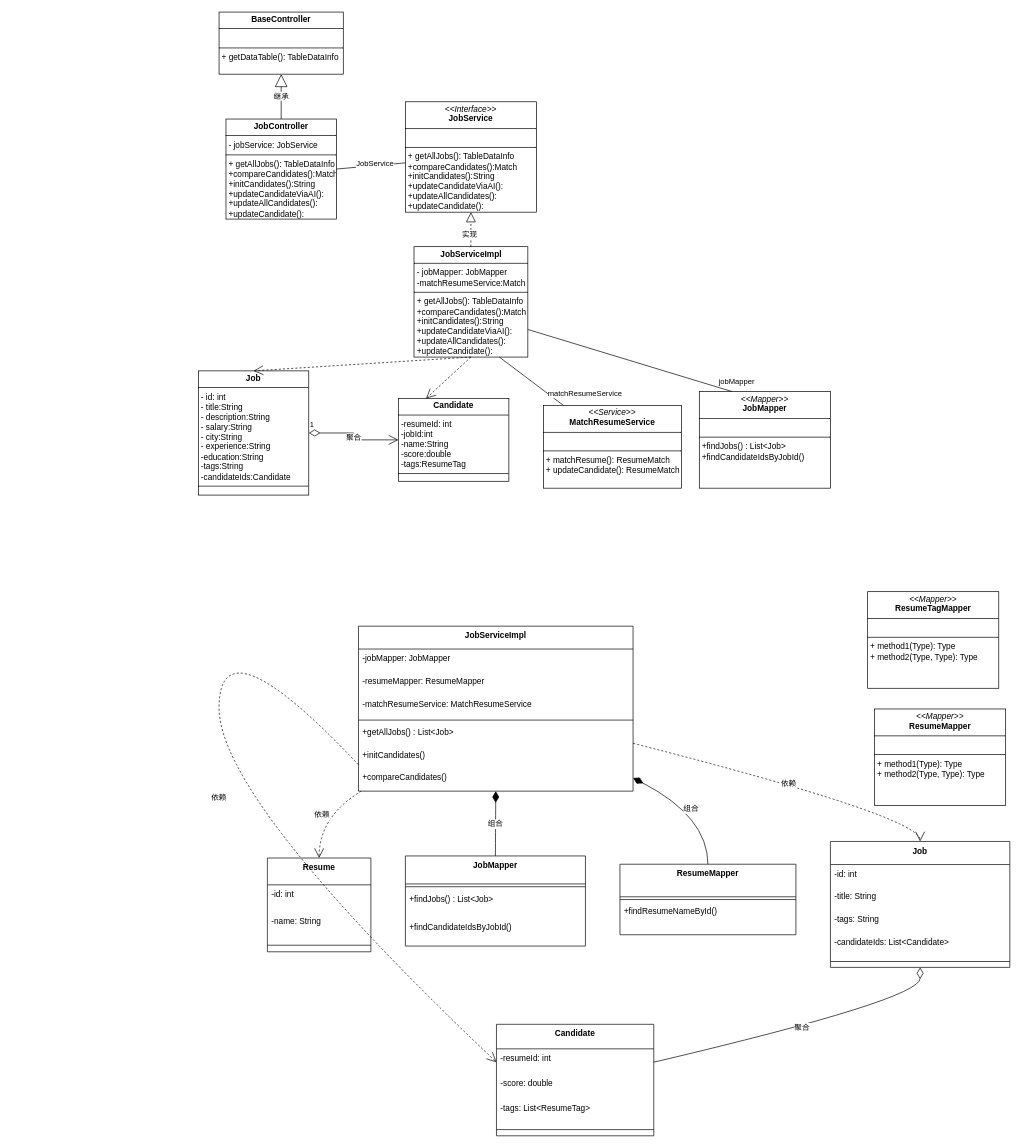
The draw.io diagram page "第 3 页" (3 of 3) of 毕设用例图.drawio in beyondgogogo/Graph, before the edit. Source tidied: cells renumbered, new cells numbered last; positions are measured from the earlier drawing's top-left corner, leaving out a move shared by most shapes. Both pictures are drawn from the tidied source at 69%, with x=0, y=0 at pixel (198, 12).
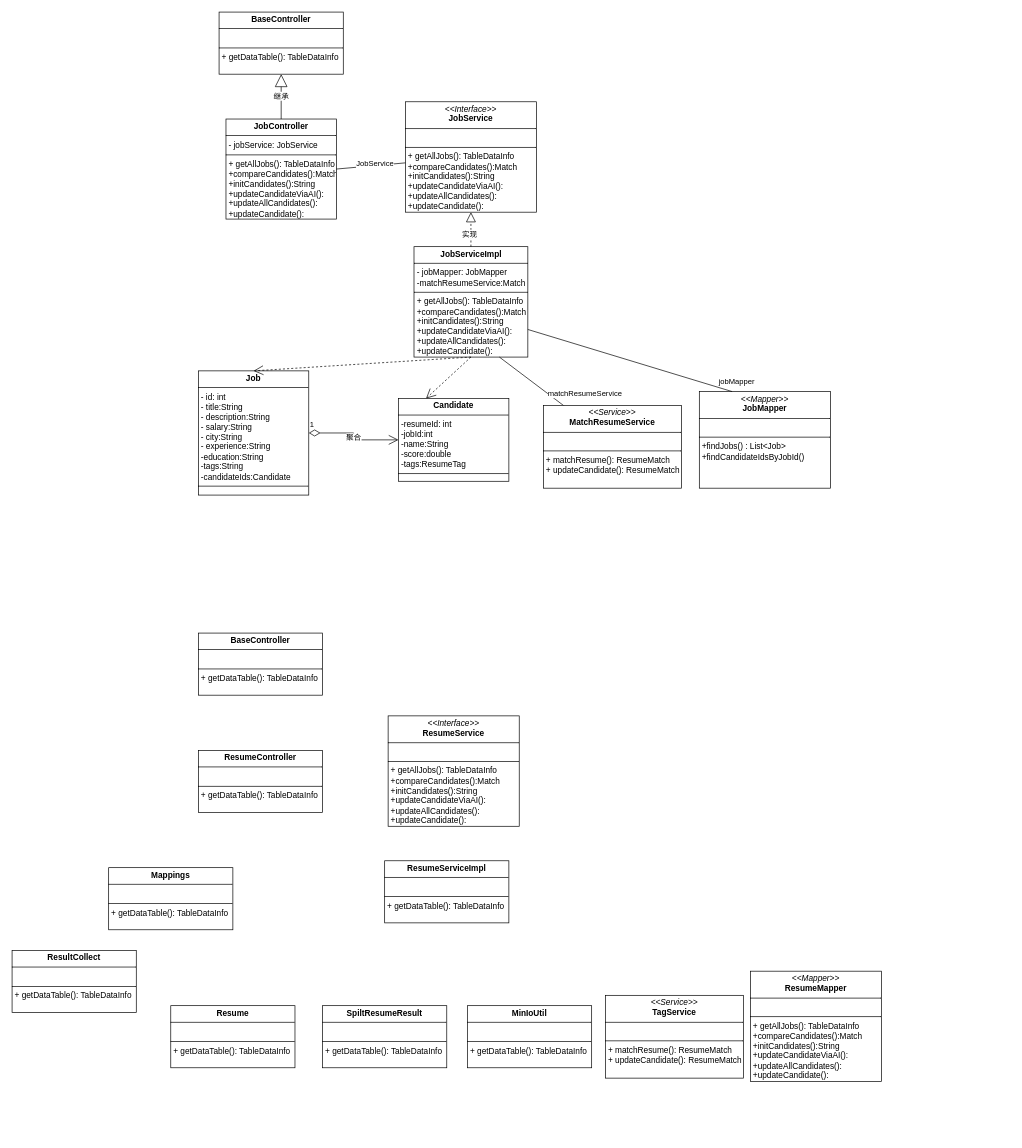
The same diagram, later.

Commit message (it also covers changes not shown here):
更新毕设用例图.drawio

What changed in the source:
```diff
@@
-    <mxCell id="7" value="&lt;p style=&quot;margin:0px;margin-top:4px;text-align:center;&quot;&gt;&lt;i&gt;&amp;lt;&amp;lt;Mapper&amp;gt;&amp;gt;&lt;/i&gt;&lt;br&gt;&lt;b&gt;ResumeMapper&lt;/b&gt;&lt;/p&gt;&lt;hr size=&quot;1&quot; style=&quot;border-style:solid;&quot;&gt;&lt;p style=&quot;margin:0px;margin-left:4px;&quot;&gt;&lt;br&gt;&lt;/p&gt;&lt;hr size=&quot;1&quot; style=&quot;border-style:solid;&quot;&gt;&lt;p style=&quot;margin:0px;margin-left:4px;&quot;&gt;+ method1(Type): Type&lt;br&gt;+ method2(Type, Type): Type&lt;/p&gt;" style="verticalAlign=top;align=left;overflow=fill;html=1;whiteSpace=wrap;" parent="1" vertex="1">
-      <mxGeometry x="980" y="1010" width="190" height="140" as="geometry" />
-    </mxCell>
-    <mxCell id="8" value="&lt;p style=&quot;margin:0px;margin-top:4px;text-align:center;&quot;&gt;&lt;i&gt;&amp;lt;&amp;lt;Mapper&amp;gt;&amp;gt;&lt;/i&gt;&lt;br&gt;&lt;b&gt;ResumeTagMapper&lt;/b&gt;&lt;/p&gt;&lt;hr size=&quot;1&quot; style=&quot;border-style:solid;&quot;&gt;&lt;p style=&quot;margin:0px;margin-left:4px;&quot;&gt;&lt;br&gt;&lt;/p&gt;&lt;hr size=&quot;1&quot; style=&quot;border-style:solid;&quot;&gt;&lt;p style=&quot;margin:0px;margin-left:4px;&quot;&gt;+ method1(Type): Type&lt;br&gt;+ method2(Type, Type): Type&lt;/p&gt;" style="verticalAlign=top;align=left;overflow=fill;html=1;whiteSpace=wrap;" parent="1" vertex="1">
-      <mxGeometry x="970" y="840" width="190" height="140" as="geometry" />
-    </mxCell>
@@
-    <mxCell id="20" value="JobServiceImpl" style="swimlane;fontStyle=1;align=center;verticalAlign=top;horizontal=1;startSize=33.142857142857146;" parent="1" vertex="1">
-      <mxGeometry x="232" y="890" width="398" height="239.1" as="geometry" />
-    </mxCell>
-    <mxCell id="21" value="-jobMapper: JobMapper" style="text;strokeColor=none;fillColor=none;align=left;verticalAlign=top;spacingLeft=4;spacingRight=4;overflow=hidden;" parent="20" vertex="1">
-      <mxGeometry y="33.1" width="398" height="33" as="geometry" />
-    </mxCell>
-    <mxCell id="22" value="-resumeMapper: ResumeMapper" style="text;strokeColor=none;fillColor=none;align=left;verticalAlign=top;spacingLeft=4;spacingRight=4;overflow=hidden;" parent="20" vertex="1">
-      <mxGeometry y="66.1" width="398" height="33" as="geometry" />
-    </mxCell>
-    <mxCell id="23" value="-matchResumeService: MatchResumeService" style="text;strokeColor=none;fillColor=none;align=left;verticalAlign=top;spacingLeft=4;spacingRight=4;overflow=hidden;" parent="20" vertex="1">
-      <mxGeometry y="99.1" width="398" height="33" as="geometry" />
-    </mxCell>
-    <mxCell id="24" style="line;strokeWidth=1;fillColor=none;align=left;verticalAlign=middle;spacingTop=-1;spacingLeft=3;spacingRight=3;labelPosition=right;strokeColor=inherit;" parent="20" vertex="1">
-      <mxGeometry y="132.1" width="398" height="8" as="geometry" />
-    </mxCell>
-    <mxCell id="25" value="+getAllJobs() : List&lt;Job&gt;" style="text;strokeColor=none;fillColor=none;align=left;verticalAlign=top;spacingLeft=4;spacingRight=4;overflow=hidden;" parent="20" vertex="1">
-      <mxGeometry y="140.1" width="398" height="33" as="geometry" />
-    </mxCell>
-    <mxCell id="26" value="+initCandidates()" style="text;strokeColor=none;fillColor=none;align=left;verticalAlign=top;spacingLeft=4;spacingRight=4;overflow=hidden;" parent="20" vertex="1">
-      <mxGeometry y="173.1" width="398" height="33" as="geometry" />
-    </mxCell>
-    <mxCell id="27" value="+compareCandidates()" style="text;strokeColor=none;fillColor=none;align=left;verticalAlign=top;spacingLeft=4;spacingRight=4;overflow=hidden;" parent="20" vertex="1">
-      <mxGeometry y="206.1" width="398" height="33" as="geometry" />
-    </mxCell>
-    <mxCell id="28" value="Job" style="swimlane;fontStyle=1;align=center;verticalAlign=top;horizontal=1;startSize=33.45454545454545;" parent="1" vertex="1">
-      <mxGeometry x="916" y="1202" width="260" height="182.5" as="geometry" />
-    </mxCell>
-    <mxCell id="29" value="-id: int" style="text;strokeColor=none;fillColor=none;align=left;verticalAlign=top;spacingLeft=4;spacingRight=4;overflow=hidden;" parent="28" vertex="1">
-      <mxGeometry y="33.5" width="260" height="33" as="geometry" />
-    </mxCell>
-    <mxCell id="30" value="-title: String" style="text;strokeColor=none;fillColor=none;align=left;verticalAlign=top;spacingLeft=4;spacingRight=4;overflow=hidden;" parent="28" vertex="1">
-      <mxGeometry y="66.5" width="260" height="33" as="geometry" />
-    </mxCell>
-    <mxCell id="31" value="-tags: String" style="text;strokeColor=none;fillColor=none;align=left;verticalAlign=top;spacingLeft=4;spacingRight=4;overflow=hidden;" parent="28" vertex="1">
-      <mxGeometry y="99.5" width="260" height="33" as="geometry" />
-    </mxCell>
-    <mxCell id="32" value="-candidateIds: List&lt;Candidate&gt;" style="text;strokeColor=none;fillColor=none;align=left;verticalAlign=top;spacingLeft=4;spacingRight=4;overflow=hidden;" parent="28" vertex="1">
-      <mxGeometry y="132.5" width="260" height="33" as="geometry" />
-    </mxCell>
-    <mxCell id="33" style="line;strokeWidth=1;fillColor=none;align=left;verticalAlign=middle;spacingTop=-1;spacingLeft=3;spacingRight=3;labelPosition=right;strokeColor=inherit;" parent="28" vertex="1">
-      <mxGeometry y="165.5" width="260" height="17" as="geometry" />
-    </mxCell>
-    <mxCell id="34" value="Candidate" style="swimlane;fontStyle=1;align=center;verticalAlign=top;horizontal=1;startSize=35.55555555555556;" parent="1" vertex="1">
-      <mxGeometry x="432" y="1467" width="228" height="161.6" as="geometry" />
-    </mxCell>
-    <mxCell id="35" value="-resumeId: int" style="text;strokeColor=none;fillColor=none;align=left;verticalAlign=top;spacingLeft=4;spacingRight=4;overflow=hidden;" parent="34" vertex="1">
-      <mxGeometry y="35.6" width="228" height="36" as="geometry" />
-    </mxCell>
-    <mxCell id="36" value="-score: double" style="text;strokeColor=none;fillColor=none;align=left;verticalAlign=top;spacingLeft=4;spacingRight=4;overflow=hidden;" parent="34" vertex="1">
-      <mxGeometry y="71.6" width="228" height="36" as="geometry" />
-    </mxCell>
-    <mxCell id="37" value="-tags: List&lt;ResumeTag&gt;" style="text;strokeColor=none;fillColor=none;align=left;verticalAlign=top;spacingLeft=4;spacingRight=4;overflow=hidden;" parent="34" vertex="1">
-      <mxGeometry y="107.6" width="228" height="36" as="geometry" />
-    </mxCell>
-    <mxCell id="38" style="line;strokeWidth=1;fillColor=none;align=left;verticalAlign=middle;spacingTop=-1;spacingLeft=3;spacingRight=3;labelPosition=right;strokeColor=inherit;" parent="34" vertex="1">
-      <mxGeometry y="143.6" width="228" height="18" as="geometry" />
-    </mxCell>
-    <mxCell id="39" value="Resume" style="swimlane;fontStyle=1;align=center;verticalAlign=top;horizontal=1;startSize=38.857142857142854;" parent="1" vertex="1">
-      <mxGeometry x="100" y="1226" width="150" height="135.9" as="geometry" />
-    </mxCell>
-    <mxCell id="40" value="-id: int" style="text;strokeColor=none;fillColor=none;align=left;verticalAlign=top;spacingLeft=4;spacingRight=4;overflow=hidden;" parent="39" vertex="1">
-      <mxGeometry y="38.9" width="150" height="39" as="geometry" />
-    </mxCell>
-    <mxCell id="41" value="-name: String" style="text;strokeColor=none;fillColor=none;align=left;verticalAlign=top;spacingLeft=4;spacingRight=4;overflow=hidden;" parent="39" vertex="1">
-      <mxGeometry y="77.9" width="150" height="39" as="geometry" />
-    </mxCell>
-    <mxCell id="42" style="line;strokeWidth=1;fillColor=none;align=left;verticalAlign=middle;spacingTop=-1;spacingLeft=3;spacingRight=3;labelPosition=right;strokeColor=inherit;" parent="39" vertex="1">
-      <mxGeometry y="116.9" width="150" height="19" as="geometry" />
-    </mxCell>
-    <mxCell id="43" value="JobMapper" style="swimlane;fontStyle=1;align=center;verticalAlign=top;horizontal=1;startSize=40.57142857142857;" parent="1" vertex="1">
-      <mxGeometry x="300" y="1223" width="261" height="130.6" as="geometry" />
-    </mxCell>
-    <mxCell id="44" style="line;strokeWidth=1;fillColor=none;align=left;verticalAlign=middle;spacingTop=-1;spacingLeft=3;spacingRight=3;labelPosition=right;strokeColor=inherit;" parent="43" vertex="1">
-      <mxGeometry y="40.6" width="261" height="8" as="geometry" />
-    </mxCell>
-    <mxCell id="45" value="+findJobs() : List&lt;Job&gt;" style="text;strokeColor=none;fillColor=none;align=left;verticalAlign=top;spacingLeft=4;spacingRight=4;overflow=hidden;" parent="43" vertex="1">
-      <mxGeometry y="48.6" width="261" height="41" as="geometry" />
-    </mxCell>
-    <mxCell id="46" value="+findCandidateIdsByJobId()" style="text;strokeColor=none;fillColor=none;align=left;verticalAlign=top;spacingLeft=4;spacingRight=4;overflow=hidden;" parent="43" vertex="1">
-      <mxGeometry y="89.6" width="261" height="41" as="geometry" />
-    </mxCell>
-    <mxCell id="47" value="ResumeMapper" style="swimlane;fontStyle=1;align=center;verticalAlign=top;horizontal=1;startSize=47.2;" parent="1" vertex="1">
-      <mxGeometry x="611" y="1235" width="255" height="102.2" as="geometry" />
-    </mxCell>
-    <mxCell id="48" style="line;strokeWidth=1;fillColor=none;align=left;verticalAlign=middle;spacingTop=-1;spacingLeft=3;spacingRight=3;labelPosition=right;strokeColor=inherit;" parent="47" vertex="1">
-      <mxGeometry y="47.2" width="255" height="8" as="geometry" />
-    </mxCell>
-    <mxCell id="49" value="+findResumeNameById()" style="text;strokeColor=none;fillColor=none;align=left;verticalAlign=top;spacingLeft=4;spacingRight=4;overflow=hidden;" parent="47" vertex="1">
-      <mxGeometry y="55.2" width="255" height="47" as="geometry" />
-    </mxCell>
-    <mxCell id="50" value="依赖" style="curved=1;dashed=1;startArrow=none;endArrow=open;endSize=12;exitX=1;exitY=0.71;entryX=0.5;entryY=0;rounded=0;" parent="1" edge="1" source="20" target="28">
-      <mxGeometry relative="1" as="geometry">
-        <Array as="points">
-          <mxPoint x="1046" y="1166" />
-        </Array>
-      </mxGeometry>
-    </mxCell>
-    <mxCell id="51" value="依赖" style="curved=1;dashed=1;startArrow=none;endArrow=open;endSize=12;exitX=0;exitY=0.84;entryX=0;entryY=0.34;rounded=0;" parent="1" edge="1" source="20" target="34">
-      <mxGeometry relative="1" as="geometry">
-        <Array as="points">
-          <mxPoint x="30" y="876" />
-          <mxPoint x="30" y="1141" />
-        </Array>
-      </mxGeometry>
-    </mxCell>
-    <mxCell id="52" value="依赖" style="curved=1;dashed=1;startArrow=none;endArrow=open;endSize=12;exitX=0.01;exitY=1;entryX=0.5;entryY=0;rounded=0;" parent="1" edge="1" source="20" target="39">
-      <mxGeometry relative="1" as="geometry">
-        <Array as="points">
-          <mxPoint x="175" y="1166" />
-        </Array>
-      </mxGeometry>
-    </mxCell>
-    <mxCell id="53" value="组合" style="curved=1;startArrow=diamondThin;startSize=14;startFill=1;endArrow=none;exitX=0.5;exitY=1;entryX=0.5;entryY=0;rounded=0;" parent="1" edge="1" source="20" target="43">
-      <mxGeometry relative="1" as="geometry" />
-    </mxCell>
-    <mxCell id="54" value="组合" style="curved=1;startArrow=diamondThin;startSize=14;startFill=1;endArrow=none;exitX=1;exitY=0.92;entryX=0.5;entryY=0;rounded=0;" parent="1" edge="1" source="20" target="47">
-      <mxGeometry relative="1" as="geometry">
-        <Array as="points">
-          <mxPoint x="738" y="1166" />
-        </Array>
-      </mxGeometry>
-    </mxCell>
-    <mxCell id="55" value="聚合" style="curved=1;startArrow=diamondThin;startSize=14;startFill=0;endArrow=none;exitX=0.5;exitY=1;entryX=1;entryY=0.34;rounded=0;" parent="1" edge="1" source="28" target="34">
-      <mxGeometry relative="1" as="geometry">
-        <Array as="points">
-          <mxPoint x="1046" y="1431" />
-        </Array>
-      </mxGeometry>
-    </mxCell>
@@
+    <mxCell id="61" value="&lt;p style=&quot;margin:0px;margin-top:4px;text-align:center;&quot;&gt;&lt;b&gt;BaseController&lt;/b&gt;&lt;/p&gt;&lt;hr size=&quot;1&quot; style=&quot;border-style:solid;&quot;&gt;&lt;p style=&quot;margin:0px;margin-left:4px;&quot;&gt;&lt;br&gt;&lt;/p&gt;&lt;hr size=&quot;1&quot; style=&quot;border-style:solid;&quot;&gt;&lt;p style=&quot;margin:0px;margin-left:4px;&quot;&gt;+ getDataTable(): TableDataInfo&lt;/p&gt;" style="verticalAlign=top;align=left;overflow=fill;html=1;whiteSpace=wrap;" parent="1" vertex="1">
+      <mxGeometry y="900" width="180" height="90" as="geometry" />
+    </mxCell>
+    <mxCell id="62" value="&lt;p style=&quot;margin:0px;margin-top:4px;text-align:center;&quot;&gt;&lt;b&gt;ResumeController&lt;/b&gt;&lt;/p&gt;&lt;hr size=&quot;1&quot; style=&quot;border-style:solid;&quot;&gt;&lt;p style=&quot;margin:0px;margin-left:4px;&quot;&gt;&lt;br&gt;&lt;/p&gt;&lt;hr size=&quot;1&quot; style=&quot;border-style:solid;&quot;&gt;&lt;p style=&quot;margin:0px;margin-left:4px;&quot;&gt;+ getDataTable(): TableDataInfo&lt;/p&gt;" style="verticalAlign=top;align=left;overflow=fill;html=1;whiteSpace=wrap;" parent="1" vertex="1">
+      <mxGeometry y="1070" width="180" height="90" as="geometry" />
+    </mxCell>
+    <mxCell id="63" value="&lt;p style=&quot;margin:0px;margin-top:4px;text-align:center;&quot;&gt;&lt;i&gt;&amp;lt;&amp;lt;Interface&amp;gt;&amp;gt;&lt;/i&gt;&lt;br&gt;&lt;b&gt;ResumeService&lt;/b&gt;&lt;/p&gt;&lt;hr size=&quot;1&quot; style=&quot;border-style:solid;&quot;&gt;&lt;p style=&quot;margin:0px;margin-left:4px;&quot;&gt;&lt;br&gt;&lt;/p&gt;&lt;hr size=&quot;1&quot; style=&quot;border-style:solid;&quot;&gt;&lt;p style=&quot;margin:0px;margin-left:4px;&quot;&gt;+ getAllJobs(): TableDataInfo&lt;br&gt;+compareCandidates():Match&lt;br&gt;+initCandidates():String&lt;br&gt;+updateCandidateViaAI():&lt;br&gt;+updateAllCandidates():&lt;br&gt;+updateCandidate():&lt;span style=&quot;white-space: pre;&quot;&gt;&#9;&lt;/span&gt;&lt;br&gt;&lt;/p&gt;" style="verticalAlign=top;align=left;overflow=fill;html=1;whiteSpace=wrap;" parent="1" vertex="1">
+      <mxGeometry x="275" y="1020" width="190" height="160" as="geometry" />
+    </mxCell>
+    <mxCell id="64" value="&lt;p style=&quot;margin:0px;margin-top:4px;text-align:center;&quot;&gt;&lt;b&gt;ResumeServiceImpl&lt;/b&gt;&lt;/p&gt;&lt;hr size=&quot;1&quot; style=&quot;border-style:solid;&quot;&gt;&lt;p style=&quot;margin:0px;margin-left:4px;&quot;&gt;&lt;br&gt;&lt;/p&gt;&lt;hr size=&quot;1&quot; style=&quot;border-style:solid;&quot;&gt;&lt;p style=&quot;margin:0px;margin-left:4px;&quot;&gt;+ getDataTable(): TableDataInfo&lt;/p&gt;" style="verticalAlign=top;align=left;overflow=fill;html=1;whiteSpace=wrap;" parent="1" vertex="1">
+      <mxGeometry x="270" y="1230" width="180" height="90" as="geometry" />
+    </mxCell>
+    <mxCell id="65" value="&lt;p style=&quot;margin:0px;margin-top:4px;text-align:center;&quot;&gt;&lt;i&gt;&amp;lt;&amp;lt;Mapper&amp;gt;&amp;gt;&lt;/i&gt;&lt;br&gt;&lt;b&gt;ResumeMapper&lt;/b&gt;&lt;/p&gt;&lt;hr size=&quot;1&quot; style=&quot;border-style:solid;&quot;&gt;&lt;p style=&quot;margin:0px;margin-left:4px;&quot;&gt;&lt;br&gt;&lt;/p&gt;&lt;hr size=&quot;1&quot; style=&quot;border-style:solid;&quot;&gt;&lt;p style=&quot;margin:0px;margin-left:4px;&quot;&gt;+ getAllJobs(): TableDataInfo&lt;br&gt;+compareCandidates():Match&lt;br&gt;+initCandidates():String&lt;br&gt;+updateCandidateViaAI():&lt;br&gt;+updateAllCandidates():&lt;br&gt;+updateCandidate():&lt;span style=&quot;white-space: pre;&quot;&gt;&#9;&lt;/span&gt;&lt;br&gt;&lt;/p&gt;" style="verticalAlign=top;align=left;overflow=fill;html=1;whiteSpace=wrap;" parent="1" vertex="1">
+      <mxGeometry x="800" y="1390" width="190" height="160" as="geometry" />
+    </mxCell>
+    <mxCell id="66" value="&lt;p style=&quot;margin:0px;margin-top:4px;text-align:center;&quot;&gt;&lt;b&gt;MinIoUtil&lt;/b&gt;&lt;/p&gt;&lt;hr size=&quot;1&quot; style=&quot;border-style:solid;&quot;&gt;&lt;p style=&quot;margin:0px;margin-left:4px;&quot;&gt;&lt;br&gt;&lt;/p&gt;&lt;hr size=&quot;1&quot; style=&quot;border-style:solid;&quot;&gt;&lt;p style=&quot;margin:0px;margin-left:4px;&quot;&gt;+ getDataTable(): TableDataInfo&lt;/p&gt;" style="verticalAlign=top;align=left;overflow=fill;html=1;whiteSpace=wrap;" parent="1" vertex="1">
+      <mxGeometry x="390" y="1440" width="180" height="90" as="geometry" />
+    </mxCell>
+    <mxCell id="67" value="&lt;p style=&quot;margin:0px;margin-top:4px;text-align:center;&quot;&gt;&lt;i&gt;&amp;lt;&amp;lt;Service&amp;gt;&amp;gt;&lt;/i&gt;&lt;br&gt;&lt;b&gt;TagService&lt;/b&gt;&lt;/p&gt;&lt;hr size=&quot;1&quot; style=&quot;border-style:solid;&quot;&gt;&lt;p style=&quot;margin:0px;margin-left:4px;&quot;&gt;&lt;br&gt;&lt;/p&gt;&lt;hr size=&quot;1&quot; style=&quot;border-style:solid;&quot;&gt;&lt;p style=&quot;margin:0px;margin-left:4px;&quot;&gt;+ matchResume(): ResumeMatch&lt;br&gt;+ updateCandidate():&amp;nbsp;&lt;span style=&quot;background-color: transparent; color: light-dark(rgb(0, 0, 0), rgb(255, 255, 255));&quot;&gt;ResumeMatch&lt;/span&gt;&lt;/p&gt;" style="verticalAlign=top;align=left;overflow=fill;html=1;whiteSpace=wrap;" parent="1" vertex="1">
+      <mxGeometry x="590" y="1425" width="200" height="120" as="geometry" />
+    </mxCell>
+    <mxCell id="68" value="&lt;p style=&quot;margin:0px;margin-top:4px;text-align:center;&quot;&gt;&lt;b&gt;Resume&lt;/b&gt;&lt;/p&gt;&lt;hr size=&quot;1&quot; style=&quot;border-style:solid;&quot;&gt;&lt;p style=&quot;margin:0px;margin-left:4px;&quot;&gt;&lt;br&gt;&lt;/p&gt;&lt;hr size=&quot;1&quot; style=&quot;border-style:solid;&quot;&gt;&lt;p style=&quot;margin:0px;margin-left:4px;&quot;&gt;+ getDataTable(): TableDataInfo&lt;/p&gt;" style="verticalAlign=top;align=left;overflow=fill;html=1;whiteSpace=wrap;" parent="1" vertex="1">
+      <mxGeometry x="-40" y="1440" width="180" height="90" as="geometry" />
+    </mxCell>
+    <mxCell id="69" value="&lt;p style=&quot;margin:0px;margin-top:4px;text-align:center;&quot;&gt;&lt;b&gt;SpiltResumeResult&lt;/b&gt;&lt;/p&gt;&lt;hr size=&quot;1&quot; style=&quot;border-style:solid;&quot;&gt;&lt;p style=&quot;margin:0px;margin-left:4px;&quot;&gt;&lt;br&gt;&lt;/p&gt;&lt;hr size=&quot;1&quot; style=&quot;border-style:solid;&quot;&gt;&lt;p style=&quot;margin:0px;margin-left:4px;&quot;&gt;+ getDataTable(): TableDataInfo&lt;/p&gt;" style="verticalAlign=top;align=left;overflow=fill;html=1;whiteSpace=wrap;" parent="1" vertex="1">
+      <mxGeometry x="180" y="1440" width="180" height="90" as="geometry" />
+    </mxCell>
+    <mxCell id="70" value="&lt;p style=&quot;margin:0px;margin-top:4px;text-align:center;&quot;&gt;&lt;b&gt;Mappings&lt;/b&gt;&lt;/p&gt;&lt;hr size=&quot;1&quot; style=&quot;border-style:solid;&quot;&gt;&lt;p style=&quot;margin:0px;margin-left:4px;&quot;&gt;&lt;br&gt;&lt;/p&gt;&lt;hr size=&quot;1&quot; style=&quot;border-style:solid;&quot;&gt;&lt;p style=&quot;margin:0px;margin-left:4px;&quot;&gt;+ getDataTable(): TableDataInfo&lt;/p&gt;" style="verticalAlign=top;align=left;overflow=fill;html=1;whiteSpace=wrap;" parent="1" vertex="1">
+      <mxGeometry x="-130" y="1240" width="180" height="90" as="geometry" />
+    </mxCell>
+    <mxCell id="71" value="&lt;p style=&quot;margin:0px;margin-top:4px;text-align:center;&quot;&gt;&lt;b&gt;ResultCollect&lt;/b&gt;&lt;/p&gt;&lt;hr size=&quot;1&quot; style=&quot;border-style:solid;&quot;&gt;&lt;p style=&quot;margin:0px;margin-left:4px;&quot;&gt;&lt;br&gt;&lt;/p&gt;&lt;hr size=&quot;1&quot; style=&quot;border-style:solid;&quot;&gt;&lt;p style=&quot;margin:0px;margin-left:4px;&quot;&gt;+ getDataTable(): TableDataInfo&lt;/p&gt;" style="verticalAlign=top;align=left;overflow=fill;html=1;whiteSpace=wrap;" parent="1" vertex="1">
+      <mxGeometry x="-270" y="1360" width="180" height="90" as="geometry" />
+    </mxCell>
```
